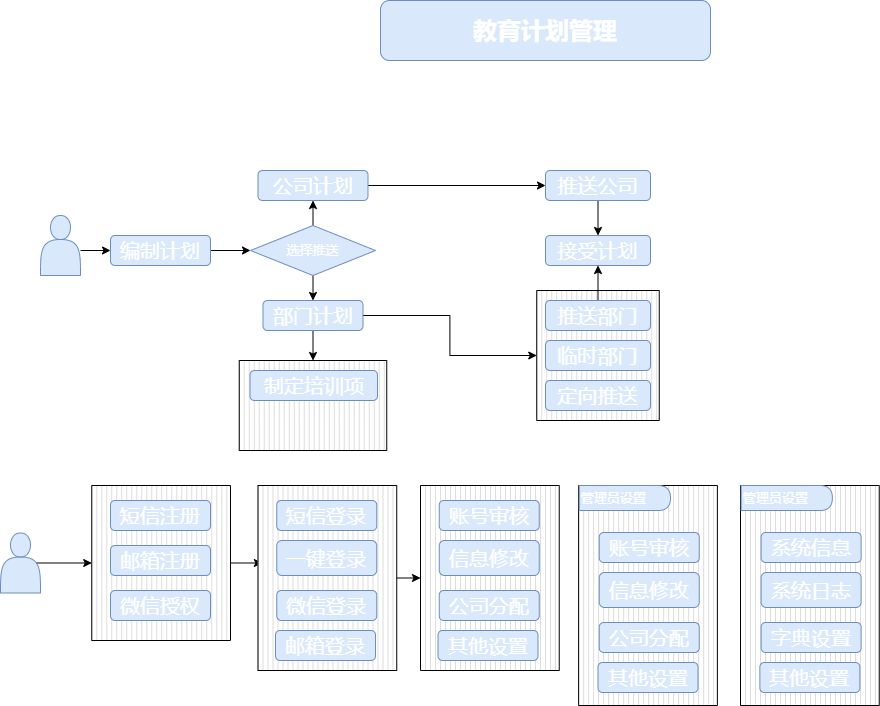
Earlier version of the draw.io export Untitled Diagram.drawio.png (lenonjone/Toolkits). Source tidied: cells renumbered, new cells last; positions are measured from the earlier drawing's top-left corner, leaving out a move shared by most shapes.
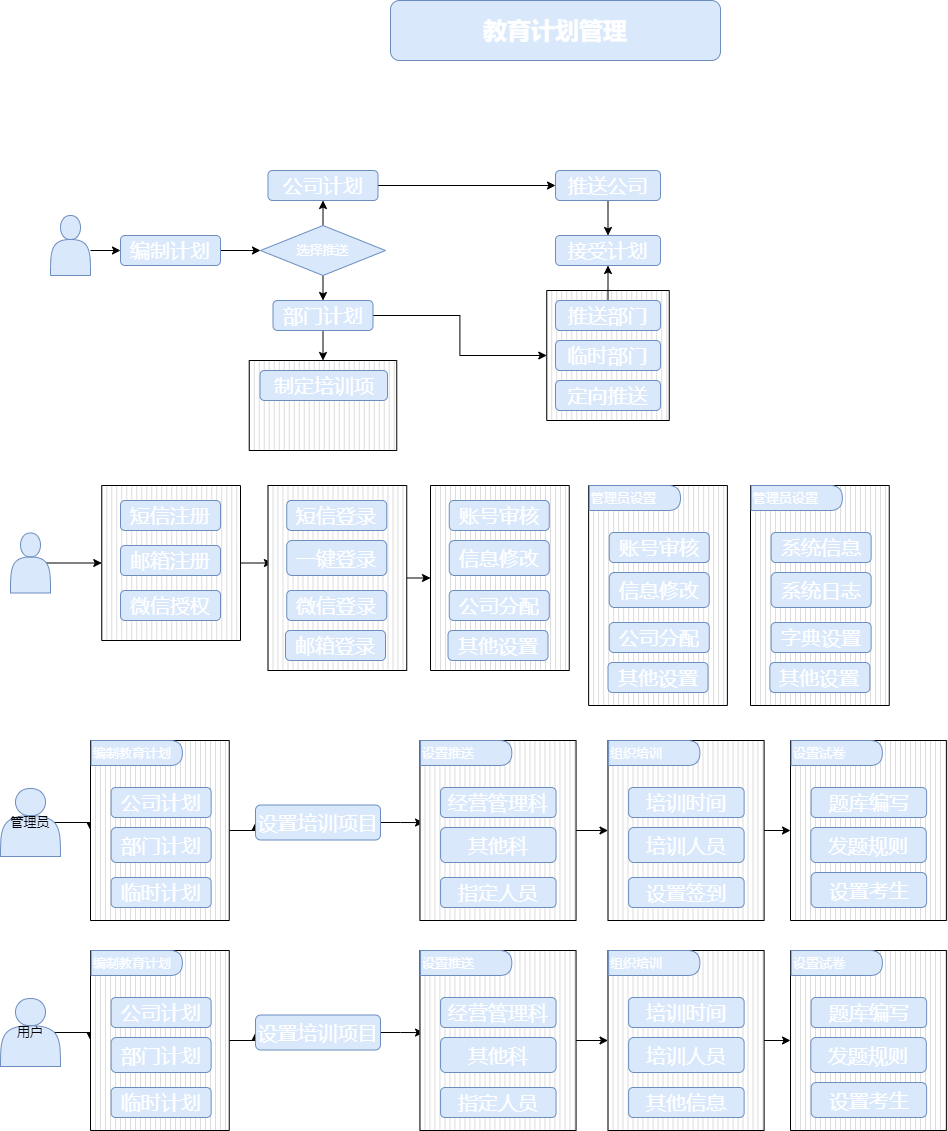
The same file after the commit.

The edit, as a diff of the source:
```diff
@@ -163,5 +163,167 @@
     <mxCell id="54" value="管理员设置" style="shape=delay;whiteSpace=wrap;html=1;fontSize=13;align=left;fillColor=#dae8fc;strokeColor=#6c8ebf;fontColor=#FFFFFF;" parent="1" vertex="1">
       <mxGeometry x="740.6" y="485" width="91.2" height="25" as="geometry" />
     </mxCell>
+    <mxCell id="55" style="edgeStyle=orthogonalEdgeStyle;rounded=0;jettySize=auto;html=1;exitX=0.9;exitY=0.5;exitDx=0;exitDy=0;exitPerimeter=0;entryX=0;entryY=0.5;entryDx=0;entryDy=0;entryPerimeter=0;fontSize=13;fontColor=#FFFFFF;" parent="1" edge="1" source="56" target="58">
+      <mxGeometry relative="1" as="geometry" />
+    </mxCell>
+    <mxCell id="56" value="管理员" style="shape=actor;whiteSpace=wrap;html=1;fontSize=13;fillColor=#dae8fc;strokeColor=#6c8ebf;" parent="1" vertex="1">
+      <mxGeometry x="-10" y="788" width="60" height="68" as="geometry" />
+    </mxCell>
+    <mxCell id="57" style="edgeStyle=orthogonalEdgeStyle;rounded=0;jettySize=auto;html=1;exitX=1;exitY=0.5;exitDx=0;exitDy=0;exitPerimeter=0;entryX=0;entryY=0.5;entryDx=0;entryDy=0;fontSize=13;fontColor=#FFFFFF;" parent="1" edge="1" source="58" target="64">
+      <mxGeometry relative="1" as="geometry" />
+    </mxCell>
+    <mxCell id="58" style="verticalLabelPosition=bottom;verticalAlign=top;html=1;shape=mxgraph.basic.patternFillRect;fillStyle=vert;step=5;fillStrokeWidth=0.2;fillStrokeColor=#dddddd;fontSize=13;fontColor=#FFFFFF;" parent="1" vertex="1">
+      <mxGeometry x="80" y="740" width="138.8" height="180" as="geometry" />
+    </mxCell>
+    <mxCell id="59" value="公司计划" style="rounded=1;whiteSpace=wrap;html=1;fillColor=#dae8fc;strokeColor=#6c8ebf;fontColor=#FFFFFF;fontStyle=0;fontSize=20;" parent="1" vertex="1">
+      <mxGeometry x="100.6" y="787" width="100" height="30" as="geometry" />
+    </mxCell>
+    <mxCell id="60" value="部门计划" style="rounded=1;whiteSpace=wrap;html=1;fillColor=#dae8fc;strokeColor=#6c8ebf;fontColor=#FFFFFF;fontStyle=0;fontSize=20;" parent="1" vertex="1">
+      <mxGeometry x="100.6" y="827" width="100" height="35" as="geometry" />
+    </mxCell>
+    <mxCell id="61" value="临时计划" style="rounded=1;whiteSpace=wrap;html=1;fillColor=#dae8fc;strokeColor=#6c8ebf;fontColor=#FFFFFF;fontStyle=0;fontSize=20;" parent="1" vertex="1">
+      <mxGeometry x="100.6" y="877" width="100" height="30" as="geometry" />
+    </mxCell>
+    <mxCell id="62" value="编制教育计划" style="shape=delay;whiteSpace=wrap;html=1;fontSize=13;align=left;fillColor=#dae8fc;strokeColor=#6c8ebf;fontColor=#FFFFFF;" parent="1" vertex="1">
+      <mxGeometry x="80.6" y="740" width="91.2" height="25" as="geometry" />
+    </mxCell>
+    <mxCell id="63" style="edgeStyle=orthogonalEdgeStyle;rounded=0;jettySize=auto;html=1;exitX=1;exitY=0.5;exitDx=0;exitDy=0;entryX=0.023;entryY=0.456;entryDx=0;entryDy=0;entryPerimeter=0;fontSize=13;fontColor=#FFFFFF;" parent="1" edge="1" source="64" target="66">
+      <mxGeometry relative="1" as="geometry" />
+    </mxCell>
+    <mxCell id="64" value="设置培训项目" style="rounded=1;whiteSpace=wrap;html=1;fillColor=#dae8fc;strokeColor=#6c8ebf;fontColor=#FFFFFF;fontStyle=0;fontSize=20;" parent="1" vertex="1">
+      <mxGeometry x="245" y="804.5" width="125" height="35" as="geometry" />
+    </mxCell>
+    <mxCell id="65" style="edgeStyle=orthogonalEdgeStyle;rounded=0;jettySize=auto;html=1;exitX=1;exitY=0.5;exitDx=0;exitDy=0;exitPerimeter=0;entryX=0;entryY=0.5;entryDx=0;entryDy=0;entryPerimeter=0;fontSize=13;fontColor=#FFFFFF;" parent="1" edge="1" source="66" target="72">
+      <mxGeometry relative="1" as="geometry" />
+    </mxCell>
+    <mxCell id="66" style="verticalLabelPosition=bottom;verticalAlign=top;html=1;shape=mxgraph.basic.patternFillRect;fillStyle=vert;step=5;fillStrokeWidth=0.2;fillStrokeColor=#dddddd;fontSize=13;fontColor=#FFFFFF;" parent="1" vertex="1">
+      <mxGeometry x="409.4" y="740" width="156.1" height="180" as="geometry" />
+    </mxCell>
+    <mxCell id="67" value="经营管理科" style="rounded=1;whiteSpace=wrap;html=1;fillColor=#dae8fc;strokeColor=#6c8ebf;fontColor=#FFFFFF;fontStyle=0;fontSize=20;" parent="1" vertex="1">
+      <mxGeometry x="430.1" y="787" width="115.5" height="30" as="geometry" />
+    </mxCell>
+    <mxCell id="68" value="其他科" style="rounded=1;whiteSpace=wrap;html=1;fillColor=#dae8fc;strokeColor=#6c8ebf;fontColor=#FFFFFF;fontStyle=0;fontSize=20;" parent="1" vertex="1">
+      <mxGeometry x="430.1" y="827" width="115.5" height="35" as="geometry" />
+    </mxCell>
+    <mxCell id="69" value="指定人员" style="rounded=1;whiteSpace=wrap;html=1;fillColor=#dae8fc;strokeColor=#6c8ebf;fontColor=#FFFFFF;fontStyle=0;fontSize=20;" parent="1" vertex="1">
+      <mxGeometry x="430.1" y="877" width="115.5" height="30" as="geometry" />
+    </mxCell>
+    <mxCell id="70" value="设置推送" style="shape=delay;whiteSpace=wrap;html=1;fontSize=13;align=left;fillColor=#dae8fc;strokeColor=#6c8ebf;fontColor=#FFFFFF;" parent="1" vertex="1">
+      <mxGeometry x="410.1" y="740" width="91.2" height="25" as="geometry" />
+    </mxCell>
+    <mxCell id="71" style="edgeStyle=orthogonalEdgeStyle;rounded=0;jettySize=auto;html=1;exitX=1;exitY=0.5;exitDx=0;exitDy=0;exitPerimeter=0;entryX=0;entryY=0.5;entryDx=0;entryDy=0;entryPerimeter=0;fontSize=13;fontColor=#FFFFFF;" parent="1" edge="1" source="72" target="77">
+      <mxGeometry relative="1" as="geometry" />
+    </mxCell>
+    <mxCell id="72" style="verticalLabelPosition=bottom;verticalAlign=top;html=1;shape=mxgraph.basic.patternFillRect;fillStyle=vert;step=5;fillStrokeWidth=0.2;fillStrokeColor=#dddddd;fontSize=13;fontColor=#FFFFFF;" parent="1" vertex="1">
+      <mxGeometry x="597.5" y="740" width="156.1" height="180" as="geometry" />
+    </mxCell>
+    <mxCell id="73" value="培训时间" style="rounded=1;whiteSpace=wrap;html=1;fillColor=#dae8fc;strokeColor=#6c8ebf;fontColor=#FFFFFF;fontStyle=0;fontSize=20;" parent="1" vertex="1">
+      <mxGeometry x="618.1" y="787" width="115.5" height="30" as="geometry" />
+    </mxCell>
+    <mxCell id="74" value="培训人员" style="rounded=1;whiteSpace=wrap;html=1;fillColor=#dae8fc;strokeColor=#6c8ebf;fontColor=#FFFFFF;fontStyle=0;fontSize=20;" parent="1" vertex="1">
+      <mxGeometry x="618.1" y="827" width="115.5" height="35" as="geometry" />
+    </mxCell>
+    <mxCell id="75" value="设置签到" style="rounded=1;whiteSpace=wrap;html=1;fillColor=#dae8fc;strokeColor=#6c8ebf;fontColor=#FFFFFF;fontStyle=0;fontSize=20;" parent="1" vertex="1">
+      <mxGeometry x="618.1" y="877" width="115.5" height="30" as="geometry" />
+    </mxCell>
+    <mxCell id="76" value="组织培训" style="shape=delay;whiteSpace=wrap;html=1;fontSize=13;align=left;fillColor=#dae8fc;strokeColor=#6c8ebf;fontColor=#FFFFFF;" parent="1" vertex="1">
+      <mxGeometry x="598.1" y="740" width="91.2" height="25" as="geometry" />
+    </mxCell>
+    <mxCell id="77" style="verticalLabelPosition=bottom;verticalAlign=top;html=1;shape=mxgraph.basic.patternFillRect;fillStyle=vert;step=5;fillStrokeWidth=0.2;fillStrokeColor=#dddddd;fontSize=13;fontColor=#FFFFFF;" parent="1" vertex="1">
+      <mxGeometry x="780" y="740" width="156.1" height="180" as="geometry" />
+    </mxCell>
+    <mxCell id="78" value="题库编写" style="rounded=1;whiteSpace=wrap;html=1;fillColor=#dae8fc;strokeColor=#6c8ebf;fontColor=#FFFFFF;fontStyle=0;fontSize=20;" parent="1" vertex="1">
+      <mxGeometry x="800.6" y="787" width="115.5" height="30" as="geometry" />
+    </mxCell>
+    <mxCell id="79" value="发题规则" style="rounded=1;whiteSpace=wrap;html=1;fillColor=#dae8fc;strokeColor=#6c8ebf;fontColor=#FFFFFF;fontStyle=0;fontSize=20;" parent="1" vertex="1">
+      <mxGeometry x="800.3" y="827" width="115.5" height="35" as="geometry" />
+    </mxCell>
+    <mxCell id="80" value="设置试卷" style="shape=delay;whiteSpace=wrap;html=1;fontSize=13;align=left;fillColor=#dae8fc;strokeColor=#6c8ebf;fontColor=#FFFFFF;" parent="1" vertex="1">
+      <mxGeometry x="780.6" y="740" width="91.2" height="25" as="geometry" />
+    </mxCell>
+    <mxCell id="81" value="设置考生" style="rounded=1;whiteSpace=wrap;html=1;fillColor=#dae8fc;strokeColor=#6c8ebf;fontColor=#FFFFFF;fontStyle=0;fontSize=20;" parent="1" vertex="1">
+      <mxGeometry x="800.6" y="872" width="115.5" height="35" as="geometry" />
+    </mxCell>
+    <mxCell id="82" style="edgeStyle=orthogonalEdgeStyle;rounded=0;jettySize=auto;html=1;exitX=0.9;exitY=0.5;exitDx=0;exitDy=0;exitPerimeter=0;entryX=0;entryY=0.5;entryDx=0;entryDy=0;entryPerimeter=0;fontSize=13;fontColor=#FFFFFF;" parent="1" edge="1" source="83" target="85">
+      <mxGeometry relative="1" as="geometry" />
+    </mxCell>
+    <mxCell id="83" value="用户" style="shape=actor;whiteSpace=wrap;html=1;fontSize=13;fillColor=#dae8fc;strokeColor=#6c8ebf;" parent="1" vertex="1">
+      <mxGeometry x="-10" y="998" width="60" height="68" as="geometry" />
+    </mxCell>
+    <mxCell id="84" style="edgeStyle=orthogonalEdgeStyle;rounded=0;jettySize=auto;html=1;exitX=1;exitY=0.5;exitDx=0;exitDy=0;exitPerimeter=0;entryX=0;entryY=0.5;entryDx=0;entryDy=0;fontSize=13;fontColor=#FFFFFF;" parent="1" edge="1" source="85" target="91">
+      <mxGeometry relative="1" as="geometry" />
+    </mxCell>
+    <mxCell id="85" style="verticalLabelPosition=bottom;verticalAlign=top;html=1;shape=mxgraph.basic.patternFillRect;fillStyle=vert;step=5;fillStrokeWidth=0.2;fillStrokeColor=#dddddd;fontSize=13;fontColor=#FFFFFF;" parent="1" vertex="1">
+      <mxGeometry x="80" y="950" width="138.8" height="180" as="geometry" />
+    </mxCell>
+    <mxCell id="86" value="公司计划" style="rounded=1;whiteSpace=wrap;html=1;fillColor=#dae8fc;strokeColor=#6c8ebf;fontColor=#FFFFFF;fontStyle=0;fontSize=20;" parent="1" vertex="1">
+      <mxGeometry x="100.6" y="997" width="100" height="30" as="geometry" />
+    </mxCell>
+    <mxCell id="87" value="部门计划" style="rounded=1;whiteSpace=wrap;html=1;fillColor=#dae8fc;strokeColor=#6c8ebf;fontColor=#FFFFFF;fontStyle=0;fontSize=20;" parent="1" vertex="1">
+      <mxGeometry x="100.6" y="1037" width="100" height="35" as="geometry" />
+    </mxCell>
+    <mxCell id="88" value="临时计划" style="rounded=1;whiteSpace=wrap;html=1;fillColor=#dae8fc;strokeColor=#6c8ebf;fontColor=#FFFFFF;fontStyle=0;fontSize=20;" parent="1" vertex="1">
+      <mxGeometry x="100.6" y="1087" width="100" height="30" as="geometry" />
+    </mxCell>
+    <mxCell id="89" value="编制教育计划" style="shape=delay;whiteSpace=wrap;html=1;fontSize=13;align=left;fillColor=#dae8fc;strokeColor=#6c8ebf;fontColor=#FFFFFF;" parent="1" vertex="1">
+      <mxGeometry x="80.6" y="950" width="91.2" height="25" as="geometry" />
+    </mxCell>
+    <mxCell id="90" style="edgeStyle=orthogonalEdgeStyle;rounded=0;jettySize=auto;html=1;exitX=1;exitY=0.5;exitDx=0;exitDy=0;entryX=0.023;entryY=0.456;entryDx=0;entryDy=0;entryPerimeter=0;fontSize=13;fontColor=#FFFFFF;" parent="1" edge="1" source="91" target="93">
+      <mxGeometry relative="1" as="geometry" />
+    </mxCell>
+    <mxCell id="91" value="设置培训项目" style="rounded=1;whiteSpace=wrap;html=1;fillColor=#dae8fc;strokeColor=#6c8ebf;fontColor=#FFFFFF;fontStyle=0;fontSize=20;" parent="1" vertex="1">
+      <mxGeometry x="245" y="1014.5" width="125" height="35" as="geometry" />
+    </mxCell>
+    <mxCell id="92" style="edgeStyle=orthogonalEdgeStyle;rounded=0;jettySize=auto;html=1;exitX=1;exitY=0.5;exitDx=0;exitDy=0;exitPerimeter=0;entryX=0;entryY=0.5;entryDx=0;entryDy=0;entryPerimeter=0;fontSize=13;fontColor=#FFFFFF;" parent="1" edge="1" source="93" target="99">
+      <mxGeometry relative="1" as="geometry" />
+    </mxCell>
+    <mxCell id="93" style="verticalLabelPosition=bottom;verticalAlign=top;html=1;shape=mxgraph.basic.patternFillRect;fillStyle=vert;step=5;fillStrokeWidth=0.2;fillStrokeColor=#dddddd;fontSize=13;fontColor=#FFFFFF;" parent="1" vertex="1">
+      <mxGeometry x="409.4" y="950" width="156.1" height="180" as="geometry" />
+    </mxCell>
+    <mxCell id="94" value="经营管理科" style="rounded=1;whiteSpace=wrap;html=1;fillColor=#dae8fc;strokeColor=#6c8ebf;fontColor=#FFFFFF;fontStyle=0;fontSize=20;" parent="1" vertex="1">
+      <mxGeometry x="430.1" y="997" width="115.5" height="30" as="geometry" />
+    </mxCell>
+    <mxCell id="95" value="其他科" style="rounded=1;whiteSpace=wrap;html=1;fillColor=#dae8fc;strokeColor=#6c8ebf;fontColor=#FFFFFF;fontStyle=0;fontSize=20;" parent="1" vertex="1">
+      <mxGeometry x="430.1" y="1037" width="115.5" height="35" as="geometry" />
+    </mxCell>
+    <mxCell id="96" value="指定人员" style="rounded=1;whiteSpace=wrap;html=1;fillColor=#dae8fc;strokeColor=#6c8ebf;fontColor=#FFFFFF;fontStyle=0;fontSize=20;" parent="1" vertex="1">
+      <mxGeometry x="430.1" y="1087" width="115.5" height="30" as="geometry" />
+    </mxCell>
+    <mxCell id="97" value="设置推送" style="shape=delay;whiteSpace=wrap;html=1;fontSize=13;align=left;fillColor=#dae8fc;strokeColor=#6c8ebf;fontColor=#FFFFFF;" parent="1" vertex="1">
+      <mxGeometry x="410.1" y="950" width="91.2" height="25" as="geometry" />
+    </mxCell>
+    <mxCell id="98" style="edgeStyle=orthogonalEdgeStyle;rounded=0;jettySize=auto;html=1;exitX=1;exitY=0.5;exitDx=0;exitDy=0;exitPerimeter=0;entryX=0;entryY=0.5;entryDx=0;entryDy=0;entryPerimeter=0;fontSize=13;fontColor=#FFFFFF;" parent="1" edge="1" source="99" target="104">
+      <mxGeometry relative="1" as="geometry" />
+    </mxCell>
+    <mxCell id="99" style="verticalLabelPosition=bottom;verticalAlign=top;html=1;shape=mxgraph.basic.patternFillRect;fillStyle=vert;step=5;fillStrokeWidth=0.2;fillStrokeColor=#dddddd;fontSize=13;fontColor=#FFFFFF;" parent="1" vertex="1">
+      <mxGeometry x="597.5" y="950" width="156.1" height="180" as="geometry" />
+    </mxCell>
+    <mxCell id="100" value="培训时间" style="rounded=1;whiteSpace=wrap;html=1;fillColor=#dae8fc;strokeColor=#6c8ebf;fontColor=#FFFFFF;fontStyle=0;fontSize=20;" parent="1" vertex="1">
+      <mxGeometry x="618.1" y="997" width="115.5" height="30" as="geometry" />
+    </mxCell>
+    <mxCell id="101" value="培训人员" style="rounded=1;whiteSpace=wrap;html=1;fillColor=#dae8fc;strokeColor=#6c8ebf;fontColor=#FFFFFF;fontStyle=0;fontSize=20;" parent="1" vertex="1">
+      <mxGeometry x="618.1" y="1037" width="115.5" height="35" as="geometry" />
+    </mxCell>
+    <mxCell id="102" value="其他信息" style="rounded=1;whiteSpace=wrap;html=1;fillColor=#dae8fc;strokeColor=#6c8ebf;fontColor=#FFFFFF;fontStyle=0;fontSize=20;" parent="1" vertex="1">
+      <mxGeometry x="618.1" y="1087" width="115.5" height="30" as="geometry" />
+    </mxCell>
+    <mxCell id="103" value="组织培训" style="shape=delay;whiteSpace=wrap;html=1;fontSize=13;align=left;fillColor=#dae8fc;strokeColor=#6c8ebf;fontColor=#FFFFFF;" parent="1" vertex="1">
+      <mxGeometry x="598.1" y="950" width="91.2" height="25" as="geometry" />
+    </mxCell>
+    <mxCell id="104" style="verticalLabelPosition=bottom;verticalAlign=top;html=1;shape=mxgraph.basic.patternFillRect;fillStyle=vert;step=5;fillStrokeWidth=0.2;fillStrokeColor=#dddddd;fontSize=13;fontColor=#FFFFFF;" parent="1" vertex="1">
+      <mxGeometry x="780" y="950" width="156.1" height="180" as="geometry" />
+    </mxCell>
+    <mxCell id="105" value="题库编写" style="rounded=1;whiteSpace=wrap;html=1;fillColor=#dae8fc;strokeColor=#6c8ebf;fontColor=#FFFFFF;fontStyle=0;fontSize=20;" parent="1" vertex="1">
+      <mxGeometry x="800.6" y="997" width="115.5" height="30" as="geometry" />
+    </mxCell>
+    <mxCell id="106" value="发题规则" style="rounded=1;whiteSpace=wrap;html=1;fillColor=#dae8fc;strokeColor=#6c8ebf;fontColor=#FFFFFF;fontStyle=0;fontSize=20;" parent="1" vertex="1">
+      <mxGeometry x="800.3" y="1037" width="115.5" height="35" as="geometry" />
+    </mxCell>
+    <mxCell id="107" value="设置试卷" style="shape=delay;whiteSpace=wrap;html=1;fontSize=13;align=left;fillColor=#dae8fc;strokeColor=#6c8ebf;fontColor=#FFFFFF;" parent="1" vertex="1">
+      <mxGeometry x="780.6" y="950" width="91.2" height="25" as="geometry" />
+    </mxCell>
+    <mxCell id="108" value="设置考生" style="rounded=1;whiteSpace=wrap;html=1;fillColor=#dae8fc;strokeColor=#6c8ebf;fontColor=#FFFFFF;fontStyle=0;fontSize=20;" parent="1" vertex="1">
+      <mxGeometry x="800.6" y="1082" width="115.5" height="35" as="geometry" />
+    </mxCell>
   </root>
 </mxGraphModel>
```
